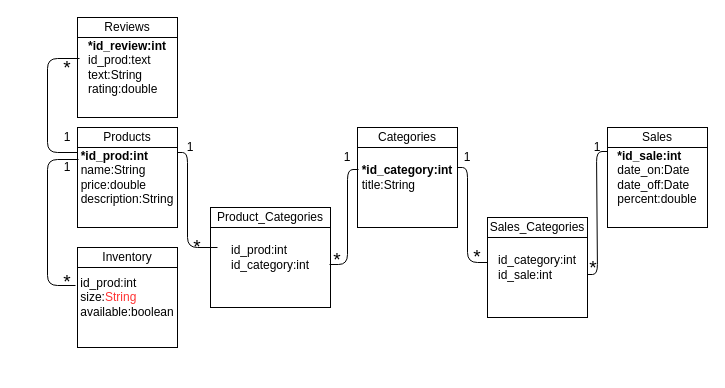
Before: Database structure.drawio in an-kiian/GD-Training-Project, a draw.io diagram. Source tidied: cells renumbered, new cells numbered last; positions are measured from the earlier drawing's top-left corner, leaving out a move shared by most shapes. Both pictures are drawn from the tidied source at 100%, with x=0, y=0 at pixel (47, 17).
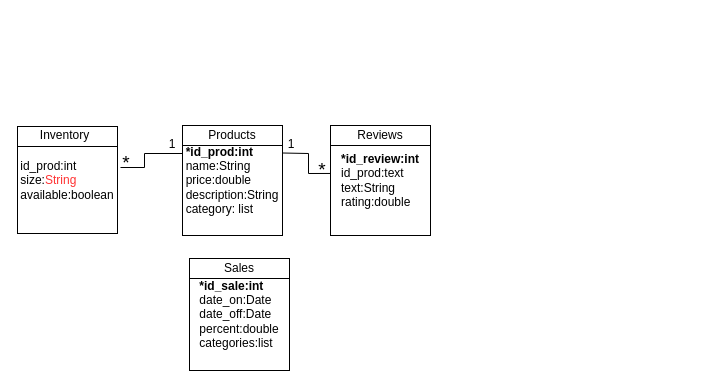
The same page after the edit.

Change to the diagram source:
```diff
@@
+    <mxCell id="17" style="edgeStyle=none;rounded=0;jettySize=auto;html=1;exitX=1;exitY=0.25;exitDx=0;exitDy=0;entryX=0.01;entryY=0.436;entryDx=0;entryDy=0;entryPerimeter=0;endArrow=none;endFill=0;" parent="1" edge="1" source="2" target="6">
+      <mxGeometry relative="1" as="geometry">
+        <Array as="points">
+          <mxPoint x="261" y="136" />
+          <mxPoint x="261" y="156" />
+        </Array>
+      </mxGeometry>
+    </mxCell>
-    <mxCell id="2" value="&lt;div style=&quot;text-align: justify&quot;&gt;&lt;b&gt;*id_prod:int&lt;/b&gt;&lt;/div&gt;&lt;div style=&quot;text-align: justify&quot;&gt;name:String&lt;/div&gt;&lt;div style=&quot;text-align: justify&quot;&gt;price:double&lt;/div&gt;&lt;div style=&quot;text-align: justify&quot;&gt;description:String&lt;/div&gt;" style="shape=internalStorage;whiteSpace=wrap;html=1;backgroundOutline=1;dx=0;dy=20;" parent="1" vertex="1">
-      <mxGeometry x="30" y="110" width="100" height="100" as="geometry" />
+    <mxCell id="2" value="&lt;div style=&quot;text-align: justify&quot;&gt;&lt;b&gt;*id_prod:int&lt;/b&gt;&lt;/div&gt;&lt;div style=&quot;text-align: justify&quot;&gt;name:String&lt;/div&gt;&lt;div style=&quot;text-align: justify&quot;&gt;price:double&lt;/div&gt;&lt;div style=&quot;text-align: justify&quot;&gt;description:String&lt;/div&gt;&lt;div style=&quot;text-align: justify&quot;&gt;category: list&amp;nbsp;&lt;/div&gt;" style="shape=internalStorage;whiteSpace=wrap;html=1;backgroundOutline=1;dx=0;dy=20;" parent="1" vertex="1">
+      <mxGeometry x="135" y="108" width="100" height="110" as="geometry" />
     </mxCell>
     <mxCell id="3" value="Products" style="text;html=1;strokeColor=none;fillColor=none;align=center;verticalAlign=middle;whiteSpace=wrap;rounded=0;" parent="1" vertex="1">
-      <mxGeometry x="60" y="110" width="40" height="20" as="geometry" />
+      <mxGeometry x="165" y="108" width="40" height="20" as="geometry" />
     </mxCell>
+    <mxCell id="34" style="edgeStyle=none;rounded=0;orthogonalLoop=1;jettySize=auto;html=1;entryX=0;entryY=0.25;entryDx=0;entryDy=0;endArrow=none;endFill=0;" parent="1" edge="1">
+      <mxGeometry relative="1" as="geometry">
+        <mxPoint x="73" y="150" as="sourcePoint" />
+        <mxPoint x="135" y="136" as="targetPoint" />
+        <Array as="points">
+          <mxPoint x="97" y="150" />
+          <mxPoint x="97" y="136" />
+        </Array>
+      </mxGeometry>
+    </mxCell>
     <mxCell id="4" value="&lt;div style=&quot;text-align: justify&quot;&gt;id_prod:int&lt;/div&gt;&lt;div style=&quot;text-align: justify&quot;&gt;size:&lt;font color=&quot;#ff3333&quot;&gt;String&lt;/font&gt;&lt;/div&gt;&lt;div style=&quot;text-align: justify&quot;&gt;available:boolean&lt;/div&gt;" style="shape=internalStorage;whiteSpace=wrap;html=1;backgroundOutline=1;dx=0;dy=20;" parent="1" vertex="1">
-      <mxGeometry x="30" y="230" width="100" height="100" as="geometry" />
+      <mxGeometry x="-30" y="109" width="100" height="107" as="geometry" />
     </mxCell>
     <mxCell id="5" value="Inventory" style="text;html=1;strokeColor=none;fillColor=none;align=center;verticalAlign=middle;whiteSpace=wrap;rounded=0;" parent="1" vertex="1">
-      <mxGeometry x="60" y="230" width="40" height="20" as="geometry" />
+      <mxGeometry x="1" y="108" width="33" height="20" as="geometry" />
     </mxCell>
     <mxCell id="6" value="&lt;div style=&quot;text-align: justify&quot;&gt;&lt;b&gt;*id_review:int&lt;/b&gt;&lt;/div&gt;&lt;div style=&quot;text-align: justify&quot;&gt;id_prod:text&lt;/div&gt;&lt;div style=&quot;text-align: justify&quot;&gt;text:String&lt;/div&gt;&lt;div style=&quot;text-align: justify&quot;&gt;rating:double&lt;/div&gt;" style="shape=internalStorage;whiteSpace=wrap;html=1;backgroundOutline=1;dx=0;dy=20;" parent="1" vertex="1">
-      <mxGeometry x="30" width="100" height="100" as="geometry" />
+      <mxGeometry x="283" y="108" width="100" height="110" as="geometry" />
     </mxCell>
     <mxCell id="7" value="Reviews" style="text;html=1;strokeColor=none;fillColor=none;align=center;verticalAlign=middle;whiteSpace=wrap;rounded=0;" parent="1" vertex="1">
-      <mxGeometry x="60" width="40" height="20" as="geometry" />
+      <mxGeometry x="313" y="108" width="40" height="20" as="geometry" />
     </mxCell>
-    <mxCell id="8" value="&lt;div style=&quot;text-align: justify&quot;&gt;id_prod:int&lt;/div&gt;&lt;div style=&quot;text-align: justify&quot;&gt;id_category:int&lt;/div&gt;" style="shape=internalStorage;whiteSpace=wrap;html=1;backgroundOutline=1;dx=0;dy=20;" parent="1" vertex="1">
-      <mxGeometry x="163" y="190" width="120" height="100" as="geometry" />
-    </mxCell>
-    <mxCell id="9" value="Product_Categories" style="text;html=1;strokeColor=none;fillColor=none;align=center;verticalAlign=middle;whiteSpace=wrap;rounded=0;" parent="1" vertex="1">
-      <mxGeometry x="203" y="190" width="40" height="20" as="geometry" />
-    </mxCell>
-    <mxCell id="10" value="&lt;div style=&quot;text-align: justify&quot;&gt;&lt;b&gt;*id_category:int&lt;/b&gt;&lt;/div&gt;&lt;div style=&quot;text-align: justify&quot;&gt;title:String&lt;/div&gt;" style="shape=internalStorage;whiteSpace=wrap;html=1;backgroundOutline=1;dx=0;dy=20;" parent="1" vertex="1">
-      <mxGeometry x="310" y="110" width="100" height="100" as="geometry" />
-    </mxCell>
-    <mxCell id="11" value="Categories" style="text;html=1;strokeColor=none;fillColor=none;align=center;verticalAlign=middle;whiteSpace=wrap;rounded=0;" parent="1" vertex="1">
-      <mxGeometry x="340" y="110" width="40" height="20" as="geometry" />
-    </mxCell>
-    <mxCell id="12" value="&lt;div style=&quot;text-align: justify&quot;&gt;id_category:int&lt;/div&gt;&lt;div style=&quot;text-align: justify&quot;&gt;id_sale:int&lt;/div&gt;" style="shape=internalStorage;whiteSpace=wrap;html=1;backgroundOutline=1;dx=0;dy=20;" parent="1" vertex="1">
-      <mxGeometry x="440" y="200" width="100" height="100" as="geometry" />
-    </mxCell>
-    <mxCell id="13" value="Sales_Categories" style="text;html=1;strokeColor=none;fillColor=none;align=center;verticalAlign=middle;whiteSpace=wrap;rounded=0;" parent="1" vertex="1">
-      <mxGeometry x="470" y="200" width="40" height="20" as="geometry" />
-    </mxCell>
-    <mxCell id="14" value="&lt;div style=&quot;text-align: justify&quot;&gt;&lt;b&gt;*id_sale:int&lt;/b&gt;&lt;/div&gt;&lt;div style=&quot;text-align: justify&quot;&gt;date_on:Date&lt;/div&gt;&lt;div style=&quot;text-align: justify&quot;&gt;date_off:Date&lt;/div&gt;&lt;div style=&quot;text-align: justify&quot;&gt;percent:double&lt;/div&gt;" style="shape=internalStorage;whiteSpace=wrap;html=1;backgroundOutline=1;dx=0;dy=20;" parent="1" vertex="1">
-      <mxGeometry x="560" y="110" width="100" height="100" as="geometry" />
+    <mxCell id="14" value="&lt;div style=&quot;text-align: justify&quot;&gt;&lt;b&gt;*id_sale:int&lt;/b&gt;&lt;/div&gt;&lt;div style=&quot;text-align: justify&quot;&gt;date_on:Date&lt;/div&gt;&lt;div style=&quot;text-align: justify&quot;&gt;date_off:Date&lt;/div&gt;&lt;div style=&quot;text-align: justify&quot;&gt;percent:double&lt;/div&gt;&lt;div style=&quot;text-align: justify&quot;&gt;categories:list&lt;/div&gt;" style="shape=internalStorage;whiteSpace=wrap;html=1;backgroundOutline=1;dx=0;dy=20;" parent="1" vertex="1">
+      <mxGeometry x="142" y="241" width="100" height="112" as="geometry" />
     </mxCell>
     <mxCell id="15" value="Sales" style="text;html=1;strokeColor=none;fillColor=none;align=center;verticalAlign=middle;whiteSpace=wrap;rounded=0;" parent="1" vertex="1">
-      <mxGeometry x="590" y="110" width="40" height="20" as="geometry" />
+      <mxGeometry x="172" y="241" width="40" height="20" as="geometry" />
     </mxCell>
-    <mxCell id="16" style="endArrow=none;html=1;entryX=0.01;entryY=0.32;entryDx=0;entryDy=0;exitX=-0.02;exitY=0.38;exitDx=0;exitDy=0;exitPerimeter=0;entryPerimeter=0;" parent="1" edge="1" source="4" target="2">
-      <mxGeometry relative="1" as="geometry">
-        <Array as="points">
-          <mxPoint y="268" />
-          <mxPoint y="142" />
-        </Array>
-      </mxGeometry>
-    </mxCell>
-    <mxCell id="17" style="endArrow=none;html=1;entryX=0.02;entryY=0.41;entryDx=0;entryDy=0;exitX=0;exitY=0.25;exitDx=0;exitDy=0;entryPerimeter=0;" parent="1" edge="1" source="2" target="6">
-      <mxGeometry relative="1" as="geometry">
-        <Array as="points">
-          <mxPoint y="135" />
-          <mxPoint y="41" />
-        </Array>
-      </mxGeometry>
-    </mxCell>
-    <mxCell id="18" style="endArrow=none;html=1;entryX=1;entryY=0.25;entryDx=0;entryDy=0;" parent="1" edge="1" target="2">
-      <mxGeometry relative="1" as="geometry">
-        <mxPoint x="170" y="230" as="sourcePoint" />
-        <Array as="points">
-          <mxPoint x="140" y="230" />
-          <mxPoint x="140" y="135" />
-        </Array>
-      </mxGeometry>
-    </mxCell>
-    <mxCell id="19" style="endArrow=none;html=1;entryX=0.01;entryY=0.42;entryDx=0;entryDy=0;entryPerimeter=0;exitX=0.992;exitY=0.57;exitDx=0;exitDy=0;exitPerimeter=0;" parent="1" edge="1" source="8" target="10">
-      <mxGeometry relative="1" as="geometry">
-        <Array as="points">
-          <mxPoint x="300" y="247" />
-          <mxPoint x="300" y="152" />
-        </Array>
-      </mxGeometry>
-    </mxCell>
-    <mxCell id="20" style="endArrow=none;html=1;entryX=1;entryY=0.25;entryDx=0;entryDy=0;" parent="1" edge="1">
-      <mxGeometry relative="1" as="geometry">
-        <mxPoint x="440" y="245" as="sourcePoint" />
-        <mxPoint x="410" y="150" as="targetPoint" />
-        <Array as="points">
-          <mxPoint x="420" y="245" />
-          <mxPoint x="420" y="150" />
-        </Array>
-      </mxGeometry>
-    </mxCell>
-    <mxCell id="21" style="endArrow=none;html=1;entryX=0.01;entryY=0.42;entryDx=0;entryDy=0;entryPerimeter=0;exitX=1;exitY=0.57;exitDx=0;exitDy=0;exitPerimeter=0;" parent="1" edge="1" source="12">
-      <mxGeometry relative="1" as="geometry">
-        <mxPoint x="560" y="134" as="targetPoint" />
-        <Array as="points">
-          <mxPoint x="550" y="257" />
-          <mxPoint x="549" y="134" />
-        </Array>
-      </mxGeometry>
-    </mxCell>
     <mxCell id="22" value="1" style="text;html=1;strokeColor=none;fillColor=none;align=center;verticalAlign=middle;whiteSpace=wrap;rounded=0;" parent="1" vertex="1">
-      <mxGeometry y="110" width="40" height="20" as="geometry" />
+      <mxGeometry x="105" y="117" width="40" height="20" as="geometry" />
     </mxCell>
-    <mxCell id="23" value="1" style="text;html=1;strokeColor=none;fillColor=none;align=center;verticalAlign=middle;whiteSpace=wrap;rounded=0;" parent="1" vertex="1">
-      <mxGeometry y="140" width="40" height="20" as="geometry" />
-    </mxCell>
-    <mxCell id="24" value="1" style="text;html=1;strokeColor=none;fillColor=none;align=center;verticalAlign=middle;whiteSpace=wrap;rounded=0;" parent="1" vertex="1">
-      <mxGeometry x="123" y="120" width="40" height="20" as="geometry" />
-    </mxCell>
-    <mxCell id="25" value="1" style="text;html=1;strokeColor=none;fillColor=none;align=center;verticalAlign=middle;whiteSpace=wrap;rounded=0;" parent="1" vertex="1">
-      <mxGeometry x="400" y="130" width="40" height="20" as="geometry" />
-    </mxCell>
-    <mxCell id="26" value="1" style="text;html=1;strokeColor=none;fillColor=none;align=center;verticalAlign=middle;whiteSpace=wrap;rounded=0;" parent="1" vertex="1">
-      <mxGeometry x="280" y="130" width="40" height="20" as="geometry" />
-    </mxCell>
     <mxCell id="27" value="1" style="text;html=1;strokeColor=none;fillColor=none;align=center;verticalAlign=middle;whiteSpace=wrap;rounded=0;" parent="1" vertex="1">
-      <mxGeometry x="530" y="120" width="40" height="20" as="geometry" />
+      <mxGeometry x="224" y="117" width="40" height="20" as="geometry" />
     </mxCell>
-    <mxCell id="28" value="&lt;font style=&quot;font-size: 19px&quot;&gt;*&lt;/font&gt;" style="text;html=1;strokeColor=none;fillColor=none;align=center;verticalAlign=middle;whiteSpace=wrap;rounded=0;" parent="1" vertex="1">
-      <mxGeometry y="255" width="40" height="20" as="geometry" />
-    </mxCell>
     <mxCell id="29" value="&lt;font style=&quot;font-size: 19px&quot;&gt;*&lt;/font&gt;" style="text;html=1;strokeColor=none;fillColor=none;align=center;verticalAlign=middle;whiteSpace=wrap;rounded=0;" parent="1" vertex="1">
-      <mxGeometry y="41" width="40" height="20" as="geometry" />
+      <mxGeometry x="255" y="143" width="40" height="20" as="geometry" />
     </mxCell>
-    <mxCell id="30" value="&lt;font style=&quot;font-size: 19px&quot;&gt;*&lt;/font&gt;" style="text;html=1;strokeColor=none;fillColor=none;align=center;verticalAlign=middle;whiteSpace=wrap;rounded=0;" parent="1" vertex="1">
-      <mxGeometry x="130" y="220" width="40" height="20" as="geometry" />
-    </mxCell>
-    <mxCell id="31" value="&lt;font style=&quot;font-size: 19px&quot;&gt;*&lt;/font&gt;" style="text;html=1;strokeColor=none;fillColor=none;align=center;verticalAlign=middle;whiteSpace=wrap;rounded=0;" parent="1" vertex="1">
-      <mxGeometry x="270" y="233" width="40" height="20" as="geometry" />
-    </mxCell>
     <mxCell id="32" value="&lt;font style=&quot;font-size: 19px&quot;&gt;*&lt;/font&gt;" style="text;html=1;strokeColor=none;fillColor=none;align=center;verticalAlign=middle;whiteSpace=wrap;rounded=0;" parent="1" vertex="1">
-      <mxGeometry x="526" y="241" width="40" height="20" as="geometry" />
+      <mxGeometry x="59" y="136" width="40" height="20" as="geometry" />
     </mxCell>
-    <mxCell id="33" value="&lt;font style=&quot;font-size: 19px&quot;&gt;*&lt;/font&gt;" style="text;html=1;strokeColor=none;fillColor=none;align=center;verticalAlign=middle;whiteSpace=wrap;rounded=0;" parent="1" vertex="1">
-      <mxGeometry x="410" y="230" width="40" height="20" as="geometry" />
-    </mxCell>
+    <mxCell id="35" style="edgeStyle=none;rounded=0;orthogonalLoop=1;jettySize=auto;html=1;exitX=0.5;exitY=0;exitDx=0;exitDy=0;endArrow=none;endFill=0;" parent="1" edge="1" source="32" target="32">
+      <mxGeometry relative="1" as="geometry" />
+    </mxCell>
```
